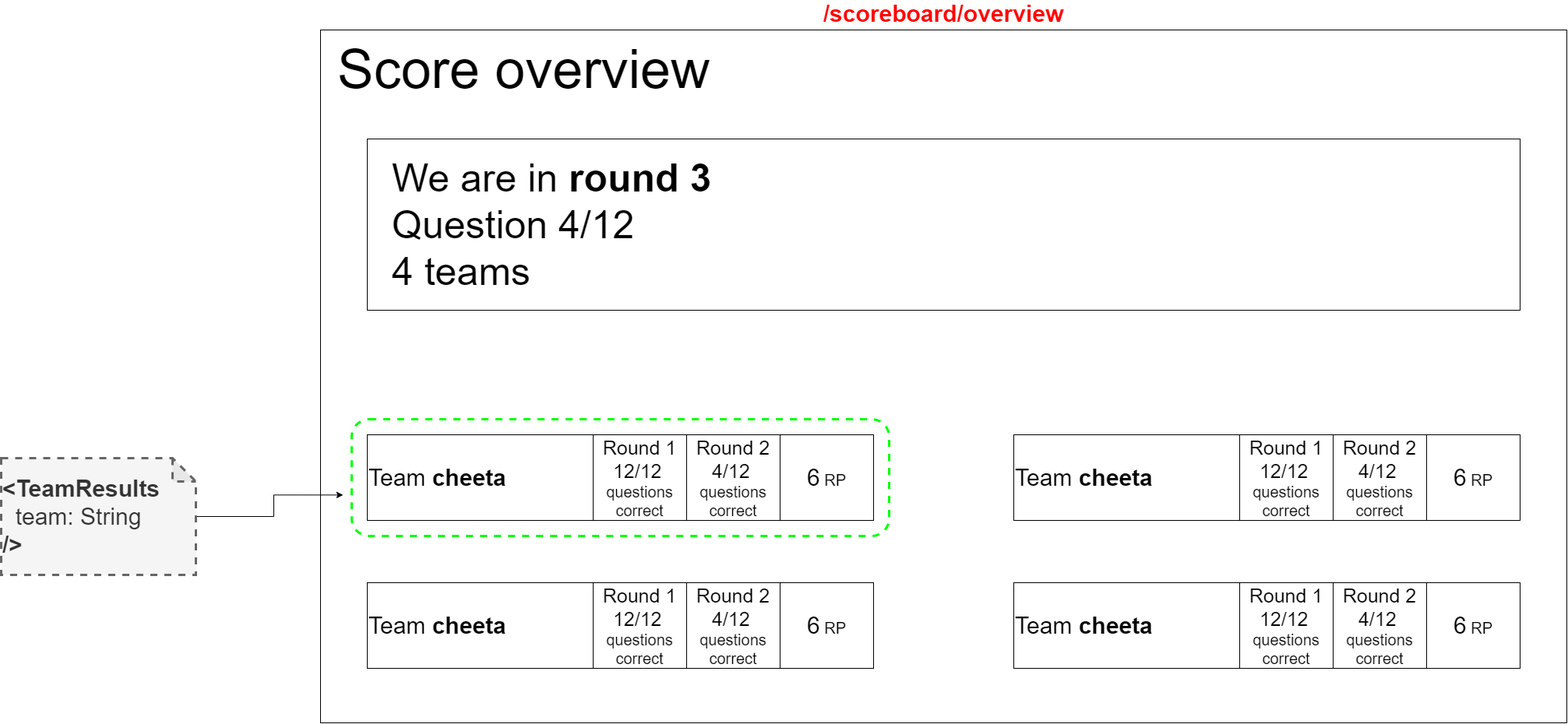
IkBenDeSjaak/Quizzer keeps this draw.io diagram as docs/wireframes-with-react-components/scoreboard-overview.png. Above is the earlier version. Source tidied: cells renumbered, new cells last; positions are measured from the earlier drawing's top-left corner, leaving out a move shared by most shapes.
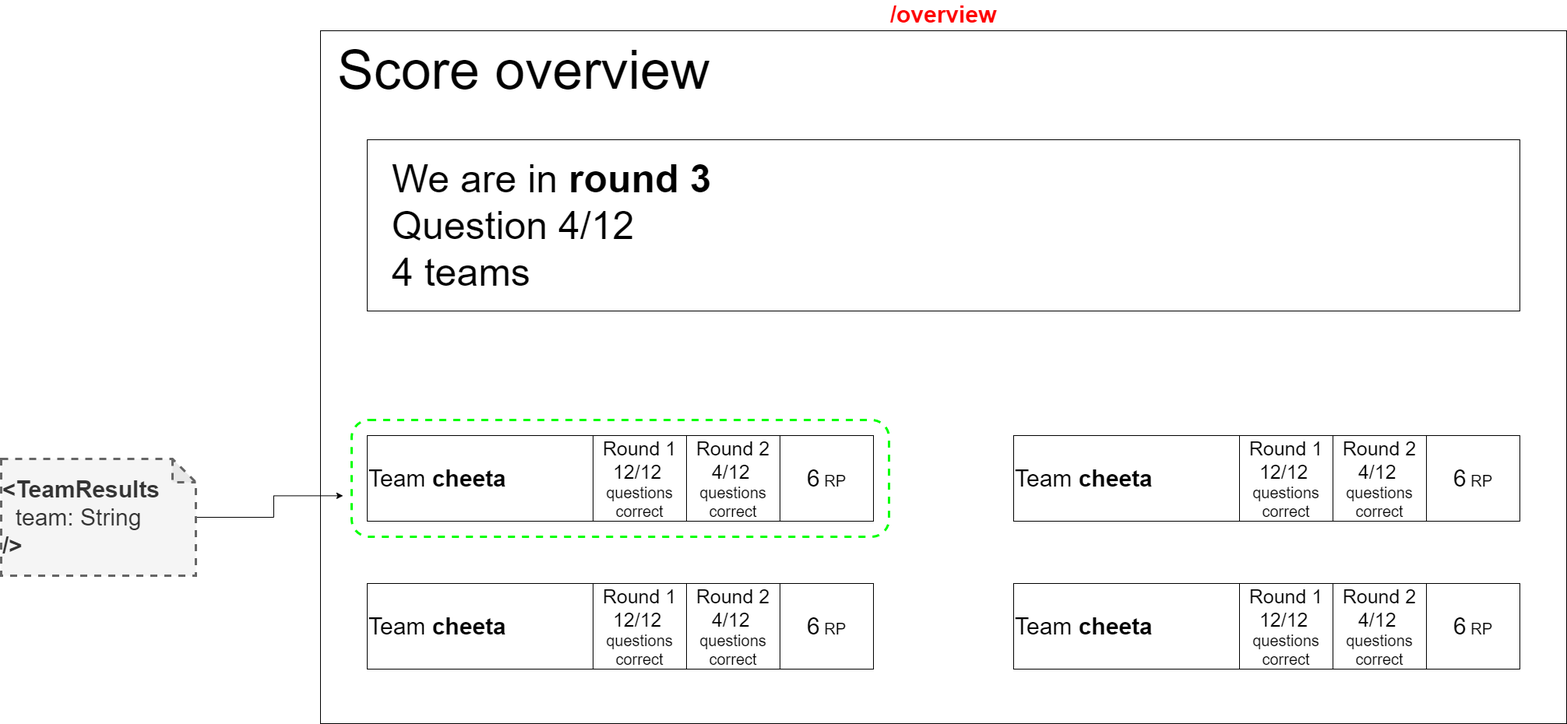
After the change.

Change to the diagram source:
```diff
@@ -2,7 +2,7 @@
   <root>
     <mxCell id="0" />
     <mxCell id="1" parent="0" />
-    <mxCell id="2" value="/scoreboard/overview" style="rounded=0;whiteSpace=wrap;html=1;fontStyle=1;fontSize=30;labelPosition=center;verticalLabelPosition=top;align=center;verticalAlign=bottom;fontColor=#FF0000;" parent="1" vertex="1">
+    <mxCell id="2" value="/overview" style="rounded=0;whiteSpace=wrap;html=1;fontStyle=1;fontSize=30;labelPosition=center;verticalLabelPosition=top;align=center;verticalAlign=bottom;fontColor=#FF0000;" parent="1" vertex="1">
       <mxGeometry x="410" width="1600" height="890" as="geometry" />
     </mxCell>
     <mxCell id="3" value="&lt;font style=&quot;font-size: 70px&quot;&gt;Score overview&lt;/font&gt;" style="text;html=1;align=left;verticalAlign=middle;" parent="1" vertex="1">
```
